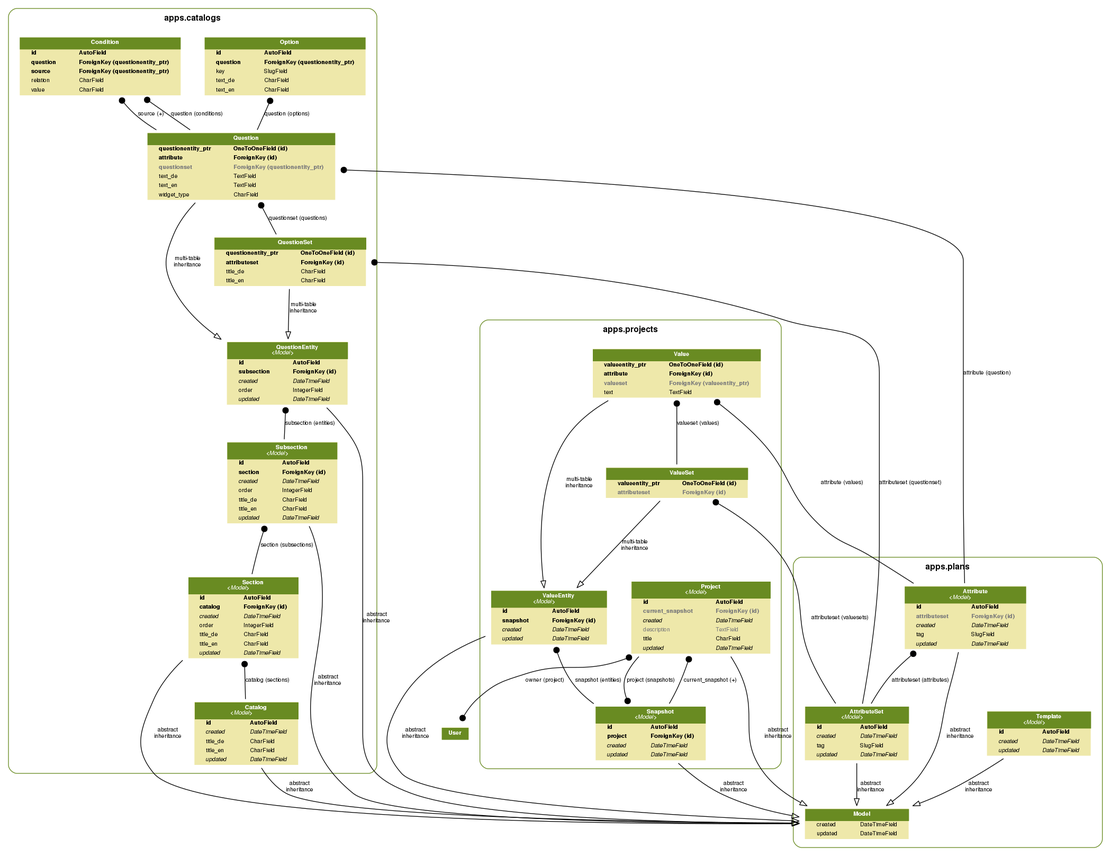
The Graphviz diagram docs/models.png in rdmorganiser/rdmo, before a commit. Its source is kept beside it as docs/models.dot.
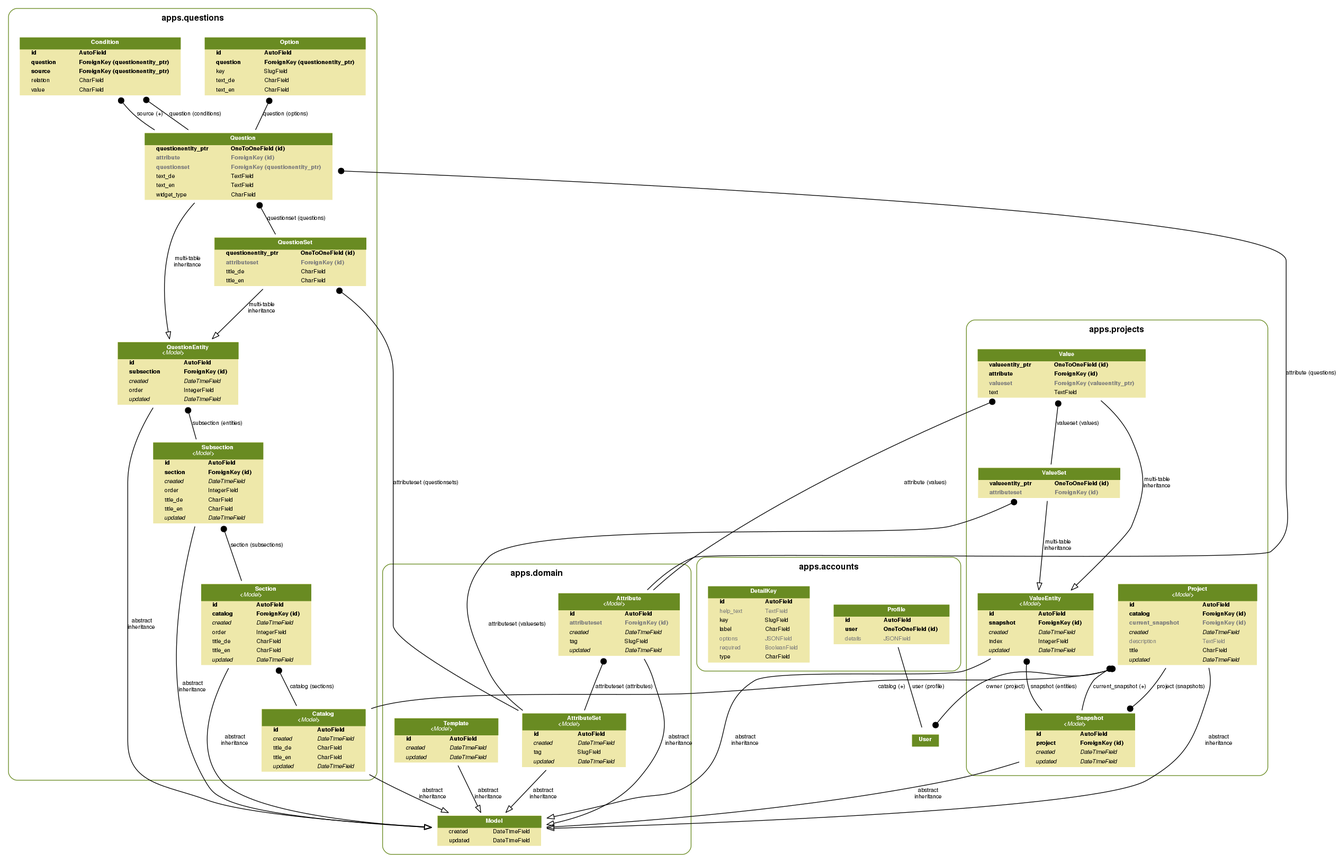
Above is the later version.

The edit, as a diff of the source:
```diff
@@ -17,3 +17,3 @@
 
-  subgraph cluster_apps_plans_models {
+  subgraph cluster_apps_accounts_models {
     label=<
@@ -22,3 +22,3 @@
           <FONT FACE="Helvetica Bold" COLOR="Black" POINT-SIZE="12">
-          apps.plans
+          apps.accounts
           </FONT>
@@ -30,45 +30,51 @@
 
-    apps_core_models_Model [label=<
-      <TABLE BGCOLOR="palegoldenrod" BORDER="0" CELLBORDER="0" CELLSPACING="0">
-      <TR><TD COLSPAN="2" CELLPADDING="4" ALIGN="CENTER" BGCOLOR="olivedrab4">
-      <FONT FACE="Helvetica Bold" COLOR="white">
-      Model
-      </FONT></TD></TR>
-
-      <TR><TD ALIGN="LEFT" BORDER="0">
-      <FONT FACE="Helvetica ">created</FONT>
-      </TD><TD ALIGN="LEFT">
-      <FONT FACE="Helvetica ">DateTimeField</FONT>
-      </TD></TR>
-
-      <TR><TD ALIGN="LEFT" BORDER="0">
-      <FONT FACE="Helvetica ">updated</FONT>
-      </TD><TD ALIGN="LEFT">
-      <FONT FACE="Helvetica ">DateTimeField</FONT>
-      </TD></TR>
-
-      </TABLE>
-      >]
-
-    apps_plans_models_AttributeSet [label=<
-      <TABLE BGCOLOR="palegoldenrod" BORDER="0" CELLBORDER="0" CELLSPACING="0">
-      <TR><TD COLSPAN="2" CELLPADDING="4" ALIGN="CENTER" BGCOLOR="olivedrab4">
-      <FONT FACE="Helvetica Bold" COLOR="white">
-      AttributeSet<BR/>&lt;<FONT FACE="Helvetica Italic">Model</FONT>&gt;
-      </FONT></TD></TR>
-
-      <TR><TD ALIGN="LEFT" BORDER="0">
-      <FONT FACE="Helvetica Bold">id</FONT>
-      </TD><TD ALIGN="LEFT">
-      <FONT FACE="Helvetica Bold">AutoField</FONT>
-      </TD></TR>
-
-      <TR><TD ALIGN="LEFT" BORDER="0">
-      <FONT FACE="Helvetica Italic">created</FONT>
-      </TD><TD ALIGN="LEFT">
-      <FONT FACE="Helvetica Italic">DateTimeField</FONT>
-      </TD></TR>
-
-      <TR><TD ALIGN="LEFT" BORDER="0">
-      <FONT FACE="Helvetica ">tag</FONT>
+    apps_accounts_models_Profile [label=<
+      <TABLE BGCOLOR="palegoldenrod" BORDER="0" CELLBORDER="0" CELLSPACING="0">
+      <TR><TD COLSPAN="2" CELLPADDING="4" ALIGN="CENTER" BGCOLOR="olivedrab4">
+      <FONT FACE="Helvetica Bold" COLOR="white">
+      Profile
+      </FONT></TD></TR>
+
+      <TR><TD ALIGN="LEFT" BORDER="0">
+      <FONT FACE="Helvetica Bold">id</FONT>
+      </TD><TD ALIGN="LEFT">
+      <FONT FACE="Helvetica Bold">AutoField</FONT>
+      </TD></TR>
+
+      <TR><TD ALIGN="LEFT" BORDER="0">
+      <FONT FACE="Helvetica Bold">user</FONT>
+      </TD><TD ALIGN="LEFT">
+      <FONT FACE="Helvetica Bold">OneToOneField (id)</FONT>
+      </TD></TR>
+
+      <TR><TD ALIGN="LEFT" BORDER="0">
+      <FONT COLOR="#7B7B7B" FACE="Helvetica ">details</FONT>
+      </TD><TD ALIGN="LEFT">
+      <FONT COLOR="#7B7B7B" FACE="Helvetica ">JSONField</FONT>
+      </TD></TR>
+
+      </TABLE>
+      >]
+
+    apps_accounts_models_DetailKey [label=<
+      <TABLE BGCOLOR="palegoldenrod" BORDER="0" CELLBORDER="0" CELLSPACING="0">
+      <TR><TD COLSPAN="2" CELLPADDING="4" ALIGN="CENTER" BGCOLOR="olivedrab4">
+      <FONT FACE="Helvetica Bold" COLOR="white">
+      DetailKey
+      </FONT></TD></TR>
+
+      <TR><TD ALIGN="LEFT" BORDER="0">
+      <FONT FACE="Helvetica Bold">id</FONT>
+      </TD><TD ALIGN="LEFT">
+      <FONT FACE="Helvetica Bold">AutoField</FONT>
+      </TD></TR>
+
+      <TR><TD ALIGN="LEFT" BORDER="0">
+      <FONT COLOR="#7B7B7B" FACE="Helvetica ">help_text</FONT>
+      </TD><TD ALIGN="LEFT">
+      <FONT COLOR="#7B7B7B" FACE="Helvetica ">TextField</FONT>
+      </TD></TR>
+
+      <TR><TD ALIGN="LEFT" BORDER="0">
+      <FONT FACE="Helvetica ">key</FONT>
       </TD><TD ALIGN="LEFT">
@@ -78,73 +84,23 @@
       <TR><TD ALIGN="LEFT" BORDER="0">
-      <FONT FACE="Helvetica Italic">updated</FONT>
-      </TD><TD ALIGN="LEFT">
-      <FONT FACE="Helvetica Italic">DateTimeField</FONT>
-      </TD></TR>
-
-      </TABLE>
-      >]
-
-    apps_plans_models_Attribute [label=<
-      <TABLE BGCOLOR="palegoldenrod" BORDER="0" CELLBORDER="0" CELLSPACING="0">
-      <TR><TD COLSPAN="2" CELLPADDING="4" ALIGN="CENTER" BGCOLOR="olivedrab4">
-      <FONT FACE="Helvetica Bold" COLOR="white">
-      Attribute<BR/>&lt;<FONT FACE="Helvetica Italic">Model</FONT>&gt;
-      </FONT></TD></TR>
-
-      <TR><TD ALIGN="LEFT" BORDER="0">
-      <FONT FACE="Helvetica Bold">id</FONT>
-      </TD><TD ALIGN="LEFT">
-      <FONT FACE="Helvetica Bold">AutoField</FONT>
-      </TD></TR>
-
-      <TR><TD ALIGN="LEFT" BORDER="0">
-      <FONT COLOR="#7B7B7B" FACE="Helvetica Bold">attributeset</FONT>
-      </TD><TD ALIGN="LEFT">
-      <FONT COLOR="#7B7B7B" FACE="Helvetica Bold">ForeignKey (id)</FONT>
-      </TD></TR>
-
-      <TR><TD ALIGN="LEFT" BORDER="0">
-      <FONT FACE="Helvetica Italic">created</FONT>
-      </TD><TD ALIGN="LEFT">
-      <FONT FACE="Helvetica Italic">DateTimeField</FONT>
-      </TD></TR>
-
-      <TR><TD ALIGN="LEFT" BORDER="0">
-      <FONT FACE="Helvetica ">tag</FONT>
-      </TD><TD ALIGN="LEFT">
-      <FONT FACE="Helvetica ">SlugField</FONT>
-      </TD></TR>
-
-      <TR><TD ALIGN="LEFT" BORDER="0">
-      <FONT FACE="Helvetica Italic">updated</FONT>
-      </TD><TD ALIGN="LEFT">
-      <FONT FACE="Helvetica Italic">DateTimeField</FONT>
-      </TD></TR>
-
-      </TABLE>
-      >]
-
-    apps_plans_models_Template [label=<
-      <TABLE BGCOLOR="palegoldenrod" BORDER="0" CELLBORDER="0" CELLSPACING="0">
-      <TR><TD COLSPAN="2" CELLPADDING="4" ALIGN="CENTER" BGCOLOR="olivedrab4">
-      <FONT FACE="Helvetica Bold" COLOR="white">
-      Template<BR/>&lt;<FONT FACE="Helvetica Italic">Model</FONT>&gt;
-      </FONT></TD></TR>
-
-      <TR><TD ALIGN="LEFT" BORDER="0">
-      <FONT FACE="Helvetica Bold">id</FONT>
-      </TD><TD ALIGN="LEFT">
-      <FONT FACE="Helvetica Bold">AutoField</FONT>
-      </TD></TR>
-
-      <TR><TD ALIGN="LEFT" BORDER="0">
-      <FONT FACE="Helvetica Italic">created</FONT>
-      </TD><TD ALIGN="LEFT">
-      <FONT FACE="Helvetica Italic">DateTimeField</FONT>
-      </TD></TR>
-
-      <TR><TD ALIGN="LEFT" BORDER="0">
-      <FONT FACE="Helvetica Italic">updated</FONT>
-      </TD><TD ALIGN="LEFT">
-      <FONT FACE="Helvetica Italic">DateTimeField</FONT>
+      <FONT FACE="Helvetica ">label</FONT>
+      </TD><TD ALIGN="LEFT">
+      <FONT FACE="Helvetica ">CharField</FONT>
+      </TD></TR>
+
+      <TR><TD ALIGN="LEFT" BORDER="0">
+      <FONT COLOR="#7B7B7B" FACE="Helvetica ">options</FONT>
+      </TD><TD ALIGN="LEFT">
+      <FONT COLOR="#7B7B7B" FACE="Helvetica ">JSONField</FONT>
+      </TD></TR>
+
+      <TR><TD ALIGN="LEFT" BORDER="0">
+      <FONT COLOR="#7B7B7B" FACE="Helvetica ">required</FONT>
+      </TD><TD ALIGN="LEFT">
+      <FONT COLOR="#7B7B7B" FACE="Helvetica ">BooleanField</FONT>
+      </TD></TR>
+
+      <TR><TD ALIGN="LEFT" BORDER="0">
+      <FONT FACE="Helvetica ">type</FONT>
+      </TD><TD ALIGN="LEFT">
+      <FONT FACE="Helvetica ">CharField</FONT>
       </TD></TR>
@@ -155,3 +111,3 @@
   }
-  subgraph cluster_apps_catalogs_models {
+  subgraph cluster_apps_domain_models {
     label=<
@@ -160,3 +116,3 @@
           <FONT FACE="Helvetica Bold" COLOR="Black" POINT-SIZE="12">
-          apps.catalogs
+          apps.domain
           </FONT>
@@ -190,3 +146,141 @@
 
-    apps_catalogs_models_Catalog [label=<
+    apps_domain_models_AttributeSet [label=<
+      <TABLE BGCOLOR="palegoldenrod" BORDER="0" CELLBORDER="0" CELLSPACING="0">
+      <TR><TD COLSPAN="2" CELLPADDING="4" ALIGN="CENTER" BGCOLOR="olivedrab4">
+      <FONT FACE="Helvetica Bold" COLOR="white">
+      AttributeSet<BR/>&lt;<FONT FACE="Helvetica Italic">Model</FONT>&gt;
+      </FONT></TD></TR>
+
+      <TR><TD ALIGN="LEFT" BORDER="0">
+      <FONT FACE="Helvetica Bold">id</FONT>
+      </TD><TD ALIGN="LEFT">
+      <FONT FACE="Helvetica Bold">AutoField</FONT>
+      </TD></TR>
+
+      <TR><TD ALIGN="LEFT" BORDER="0">
+      <FONT FACE="Helvetica Italic">created</FONT>
+      </TD><TD ALIGN="LEFT">
+      <FONT FACE="Helvetica Italic">DateTimeField</FONT>
+      </TD></TR>
+
+      <TR><TD ALIGN="LEFT" BORDER="0">
+      <FONT FACE="Helvetica ">tag</FONT>
+      </TD><TD ALIGN="LEFT">
+      <FONT FACE="Helvetica ">SlugField</FONT>
+      </TD></TR>
+
+      <TR><TD ALIGN="LEFT" BORDER="0">
+      <FONT FACE="Helvetica Italic">updated</FONT>
+      </TD><TD ALIGN="LEFT">
+      <FONT FACE="Helvetica Italic">DateTimeField</FONT>
+      </TD></TR>
+
+      </TABLE>
+      >]
+
+    apps_domain_models_Attribute [label=<
+      <TABLE BGCOLOR="palegoldenrod" BORDER="0" CELLBORDER="0" CELLSPACING="0">
+      <TR><TD COLSPAN="2" CELLPADDING="4" ALIGN="CENTER" BGCOLOR="olivedrab4">
+      <FONT FACE="Helvetica Bold" COLOR="white">
+      Attribute<BR/>&lt;<FONT FACE="Helvetica Italic">Model</FONT>&gt;
+      </FONT></TD></TR>
+
+      <TR><TD ALIGN="LEFT" BORDER="0">
+      <FONT FACE="Helvetica Bold">id</FONT>
+      </TD><TD ALIGN="LEFT">
+      <FONT FACE="Helvetica Bold">AutoField</FONT>
+      </TD></TR>
+
+      <TR><TD ALIGN="LEFT" BORDER="0">
+      <FONT COLOR="#7B7B7B" FACE="Helvetica Bold">attributeset</FONT>
+      </TD><TD ALIGN="LEFT">
+      <FONT COLOR="#7B7B7B" FACE="Helvetica Bold">ForeignKey (id)</FONT>
+      </TD></TR>
+
+      <TR><TD ALIGN="LEFT" BORDER="0">
+      <FONT FACE="Helvetica Italic">created</FONT>
+      </TD><TD ALIGN="LEFT">
+      <FONT FACE="Helvetica Italic">DateTimeField</FONT>
+      </TD></TR>
+
+      <TR><TD ALIGN="LEFT" BORDER="0">
+      <FONT FACE="Helvetica ">tag</FONT>
+      </TD><TD ALIGN="LEFT">
+      <FONT FACE="Helvetica ">SlugField</FONT>
+      </TD></TR>
+
+      <TR><TD ALIGN="LEFT" BORDER="0">
+      <FONT FACE="Helvetica Italic">updated</FONT>
+      </TD><TD ALIGN="LEFT">
+      <FONT FACE="Helvetica Italic">DateTimeField</FONT>
+      </TD></TR>
+
+      </TABLE>
+      >]
+
+    apps_domain_models_Template [label=<
+      <TABLE BGCOLOR="palegoldenrod" BORDER="0" CELLBORDER="0" CELLSPACING="0">
+      <TR><TD COLSPAN="2" CELLPADDING="4" ALIGN="CENTER" BGCOLOR="olivedrab4">
+      <FONT FACE="Helvetica Bold" COLOR="white">
+      Template<BR/>&lt;<FONT FACE="Helvetica Italic">Model</FONT>&gt;
+      </FONT></TD></TR>
+
+      <TR><TD ALIGN="LEFT" BORDER="0">
+      <FONT FACE="Helvetica Bold">id</FONT>
+      </TD><TD ALIGN="LEFT">
+      <FONT FACE="Helvetica Bold">AutoField</FONT>
+      </TD></TR>
+
+      <TR><TD ALIGN="LEFT" BORDER="0">
+      <FONT FACE="Helvetica Italic">created</FONT>
+      </TD><TD ALIGN="LEFT">
+      <FONT FACE="Helvetica Italic">DateTimeField</FONT>
+      </TD></TR>
+
+      <TR><TD ALIGN="LEFT" BORDER="0">
+      <FONT FACE="Helvetica Italic">updated</FONT>
+      </TD><TD ALIGN="LEFT">
+      <FONT FACE="Helvetica Italic">DateTimeField</FONT>
+      </TD></TR>
+
+      </TABLE>
+      >]
+
+  }
+  subgraph cluster_apps_questions_models {
+    label=<
+          <TABLE BORDER="0" CELLBORDER="0" CELLSPACING="0">
+          <TR><TD COLSPAN="2" CELLPADDING="4" ALIGN="CENTER">
+          <FONT FACE="Helvetica Bold" COLOR="Black" POINT-SIZE="12">
+          apps.questions
+          </FONT>
+          </TD></TR>
+          </TABLE>
+          >
+    color=olivedrab4
+    style="rounded"
+
+    apps_core_models_Model [label=<
+      <TABLE BGCOLOR="palegoldenrod" BORDER="0" CELLBORDER="0" CELLSPACING="0">
+      <TR><TD COLSPAN="2" CELLPADDING="4" ALIGN="CENTER" BGCOLOR="olivedrab4">
+      <FONT FACE="Helvetica Bold" COLOR="white">
+      Model
+      </FONT></TD></TR>
+
+      <TR><TD ALIGN="LEFT" BORDER="0">
+      <FONT FACE="Helvetica ">created</FONT>
+      </TD><TD ALIGN="LEFT">
+      <FONT FACE="Helvetica ">DateTimeField</FONT>
+      </TD></TR>
+
+      <TR><TD ALIGN="LEFT" BORDER="0">
+      <FONT FACE="Helvetica ">updated</FONT>
+      </TD><TD ALIGN="LEFT">
+      <FONT FACE="Helvetica ">DateTimeField</FONT>
+      </TD></TR>
+
+      </TABLE>
+      >]
+
+    apps_questions_models_Catalog [label=<
       <TABLE BGCOLOR="palegoldenrod" BORDER="0" CELLBORDER="0" CELLSPACING="0">
@@ -230,3 +324,3 @@
 
-    apps_catalogs_models_Section [label=<
+    apps_questions_models_Section [label=<
       <TABLE BGCOLOR="palegoldenrod" BORDER="0" CELLBORDER="0" CELLSPACING="0">
@@ -282,3 +376,3 @@
 
-    apps_catalogs_models_Subsection [label=<
+    apps_questions_models_Subsection [label=<
       <TABLE BGCOLOR="palegoldenrod" BORDER="0" CELLBORDER="0" CELLSPACING="0">
@@ -334,3 +428,3 @@
 
-    apps_catalogs_models_QuestionEntity [label=<
+    apps_questions_models_QuestionEntity [label=<
       <TABLE BGCOLOR="palegoldenrod" BORDER="0" CELLBORDER="0" CELLSPACING="0">
@@ -374,3 +468,3 @@
 
-    apps_catalogs_models_QuestionSet [label=<
+    apps_questions_models_QuestionSet [label=<
       <TABLE BGCOLOR="palegoldenrod" BORDER="0" CELLBORDER="0" CELLSPACING="0">
@@ -388,5 +482,5 @@
       <TR><TD ALIGN="LEFT" BORDER="0">
-      <FONT FACE="Helvetica Bold">attributeset</FONT>
-      </TD><TD ALIGN="LEFT">
-      <FONT FACE="Helvetica Bold">ForeignKey (id)</FONT>
+      <FONT COLOR="#7B7B7B" FACE="Helvetica Bold">attributeset</FONT>
+      </TD><TD ALIGN="LEFT">
+      <FONT COLOR="#7B7B7B" FACE="Helvetica Bold">ForeignKey (id)</FONT>
       </TD></TR>
@@ -408,3 +502,3 @@
 
-    apps_catalogs_models_Question [label=<
+    apps_questions_models_Question [label=<
       <TABLE BGCOLOR="palegoldenrod" BORDER="0" CELLBORDER="0" CELLSPACING="0">
@@ -422,5 +516,5 @@
       <TR><TD ALIGN="LEFT" BORDER="0">
-      <FONT FACE="Helvetica Bold">attribute</FONT>
-      </TD><TD ALIGN="LEFT">
-      <FONT FACE="Helvetica Bold">ForeignKey (id)</FONT>
+      <FONT COLOR="#7B7B7B" FACE="Helvetica Bold">attribute</FONT>
+      </TD><TD ALIGN="LEFT">
+      <FONT COLOR="#7B7B7B" FACE="Helvetica Bold">ForeignKey (id)</FONT>
       </TD></TR>
@@ -454,3 +548,3 @@
 
-    apps_catalogs_models_Option [label=<
+    apps_questions_models_Option [label=<
       <TABLE BGCOLOR="palegoldenrod" BORDER="0" CELLBORDER="0" CELLSPACING="0">
@@ -494,3 +588,3 @@
 
-    apps_catalogs_models_Condition [label=<
+    apps_questions_models_Condition [label=<
       <TABLE BGCOLOR="palegoldenrod" BORDER="0" CELLBORDER="0" CELLSPACING="0">
@@ -584,2 +678,8 @@
       <TR><TD ALIGN="LEFT" BORDER="0">
+      <FONT FACE="Helvetica Bold">catalog</FONT>
+      </TD><TD ALIGN="LEFT">
+      <FONT FACE="Helvetica Bold">ForeignKey (id)</FONT>
+      </TD></TR>
+
+      <TR><TD ALIGN="LEFT" BORDER="0">
       <FONT COLOR="#7B7B7B" FACE="Helvetica Bold">current_snapshot</FONT>
@@ -676,2 +776,8 @@
       <TR><TD ALIGN="LEFT" BORDER="0">
+      <FONT FACE="Helvetica ">index</FONT>
+      </TD><TD ALIGN="LEFT">
+      <FONT FACE="Helvetica ">IntegerField</FONT>
+      </TD></TR>
+
+      <TR><TD ALIGN="LEFT" BORDER="0">
       <FONT FACE="Helvetica Italic">updated</FONT>
@@ -743,58 +849,67 @@
 
-
-  apps_plans_models_AttributeSet -> apps_core_models_Model
+  django_contrib_auth_models_User [label=<
+  <TABLE BGCOLOR="palegoldenrod" BORDER="0" CELLBORDER="0" CELLSPACING="0">
+  <TR><TD COLSPAN="2" CELLPADDING="4" ALIGN="CENTER" BGCOLOR="olivedrab4">
+  <FONT FACE="Helvetica Bold" COLOR="white">User</FONT>
+  </TD></TR>
+  </TABLE>
+  >]
+  apps_accounts_models_Profile -> django_contrib_auth_models_User
+  [label="user (profile)"] [arrowhead=none, arrowtail=none, dir=both];
+
+  apps_domain_models_AttributeSet -> apps_core_models_Model
   [label="abstract\ninheritance"] [arrowhead=empty, arrowtail=none, dir=both];
 
-  apps_plans_models_Attribute -> apps_plans_models_AttributeSet
+  apps_domain_models_Attribute -> apps_domain_models_AttributeSet
   [label="attributeset (attributes)"] [arrowhead=none, arrowtail=dot, dir=both];
 
-  apps_plans_models_Attribute -> apps_core_models_Model
+  apps_domain_models_Attribute -> apps_core_models_Model
   [label="abstract\ninheritance"] [arrowhead=empty, arrowtail=none, dir=both];
 
-  apps_plans_models_Template -> apps_core_models_Model
+  apps_domain_models_Template -> apps_core_models_Model
   [label="abstract\ninheritance"] [arrowhead=empty, arrowtail=none, dir=both];
 
-  apps_catalogs_models_Catalog -> apps_core_models_Model
+  apps_questions_models_Catalog -> apps_core_models_Model
   [label="abstract\ninheritance"] [arrowhead=empty, arrowtail=none, dir=both];
 
-  apps_catalogs_models_Section -> apps_catalogs_models_Catalog
+  apps_questions_models_Section -> apps_questions_models_Catalog
   [label="catalog (sections)"] [arrowhead=none, arrowtail=dot, dir=both];
 
-  apps_catalogs_models_Section -> apps_core_models_Model
+  apps_questions_models_Section -> apps_core_models_Model
   [label="abstract\ninheritance"] [arrowhead=empty, arrowtail=none, dir=both];
 
-  apps_catalogs_models_Subsection -> apps_catalogs_models_Section
+  apps_questions_models_Subsection -> apps_questions_models_Section
   [label="section (subsections)"] [arrowhead=none, arrowtail=dot, dir=both];
 
-  apps_catalogs_models_Subsection -> apps_core_models_Model
+  apps_questions_models_Subsection -> apps_core_models_Model
   [label="abstract\ninheritance"] [arrowhead=empty, arrowtail=none, dir=both];
 
-  apps_catalogs_models_QuestionEntity -> apps_catalogs_models_Subsection
+  apps_questions_models_QuestionEntity -> apps_questions_models_Subsection
   [label="subsection (entities)"] [arrowhead=none, arrowtail=dot, dir=both];
 
-  apps_catalogs_models_QuestionEntity -> apps_core_models_Model
+  apps_questions_models_QuestionEntity -> apps_core_models_Model
   [label="abstract\ninheritance"] [arrowhead=empty, arrowtail=none, dir=both];
 
-  apps_catalogs_models_QuestionSet -> apps_plans_models_AttributeSet
-  [label="attributeset (questionset)"] [arrowhead=none, arrowtail=dot, dir=both];
-
-  apps_catalogs_models_QuestionSet -> apps_catalogs_models_QuestionEntity
+  apps_questions_models_QuestionSet -> apps_domain_models_AttributeSet
+  [label="attributeset (questionsets)"] [arrowhead=none, arrowtail=dot, dir=both];
+
+  apps_questions_models_QuestionSet -> apps_questions_models_QuestionEntity
   [label="multi-table\ninheritance"] [arrowhead=empty, arrowtail=none, dir=both];
 
-  apps_catalogs_models_Question -> apps_catalogs_models_QuestionSet
+  apps_questions_models_Question -> apps_questions_models_QuestionSet
   [label="questionset (questions)"] [arrowhead=none, arrowtail=dot, dir=both];
 
-  apps_catalogs_models_Question -> apps_plans_models_Attribute
-  [label="attribute (question)"] [arrowhead=none, arrowtail=dot, dir=both];
-
-  apps_catalogs_models_Question -> apps_catalogs_models_QuestionEntity
+  apps_questions_models_Question -> apps_domain_models_Attribute
+  [label="attribute (questions)"] [arrowhead=none, arrowtail=dot, dir=both];
+
+  apps_questions_models_Question -> apps_questions_models_QuestionEntity
   [label="multi-table\ninheritance"] [arrowhead=empty, arrowtail=none, dir=both];
 
-  apps_catalogs_models_Option -> apps_catalogs_models_Question
+  apps_questions_models_Option -> apps_questions_models_Question
   [label="question (options)"] [arrowhead=none, arrowtail=dot, dir=both];
 
-  apps_catalogs_models_Condition -> apps_catalogs_models_Question
+  apps_questions_models_Condition -> apps_questions_models_Question
   [label="question (conditions)"] [arrowhead=none, arrowtail=dot, dir=both];
 
-  apps_catalogs_models_Condition -> apps_catalogs_models_Question
+  apps_questions_models_Condition -> apps_questions_models_Question
   [label="source (+)"] [arrowhead=none, arrowtail=dot, dir=both];
@@ -803,2 +918,5 @@
   [label="current_snapshot (+)"] [arrowhead=none, arrowtail=dot, dir=both];
+
+  apps_projects_models_Project -> apps_questions_models_Catalog
+  [label="catalog (+)"] [arrowhead=none, arrowtail=dot, dir=both];
   django_contrib_auth_models_User [label=<
@@ -828,3 +946,3 @@
 
-  apps_projects_models_ValueSet -> apps_plans_models_AttributeSet
+  apps_projects_models_ValueSet -> apps_domain_models_AttributeSet
   [label="attributeset (valuesets)"] [arrowhead=none, arrowtail=dot, dir=both];
@@ -837,3 +955,3 @@
 
-  apps_projects_models_Value -> apps_plans_models_Attribute
+  apps_projects_models_Value -> apps_domain_models_Attribute
   [label="attribute (values)"] [arrowhead=none, arrowtail=dot, dir=both];
```
